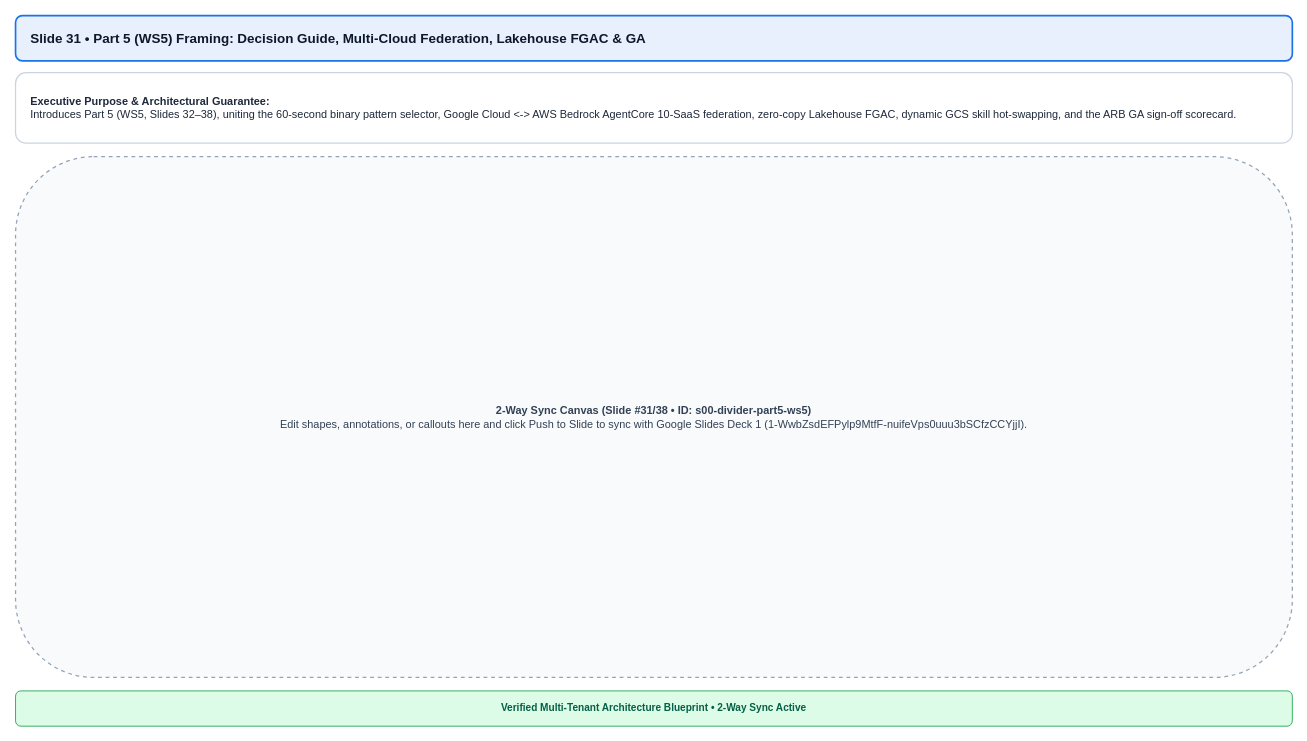
Before: diagrams/compendium/drawio/s00-divider-part5-ws5.drawio in nitinaggarwal-12/blogs, a draw.io diagram. Source tidied: cells renumbered, new cells numbered last; positions are measured from the earlier drawing's top-left corner, leaving out a move shared by most shapes. Both pictures are drawn from the tidied source at 84%, with x=0, y=0 at pixel (15, 15).
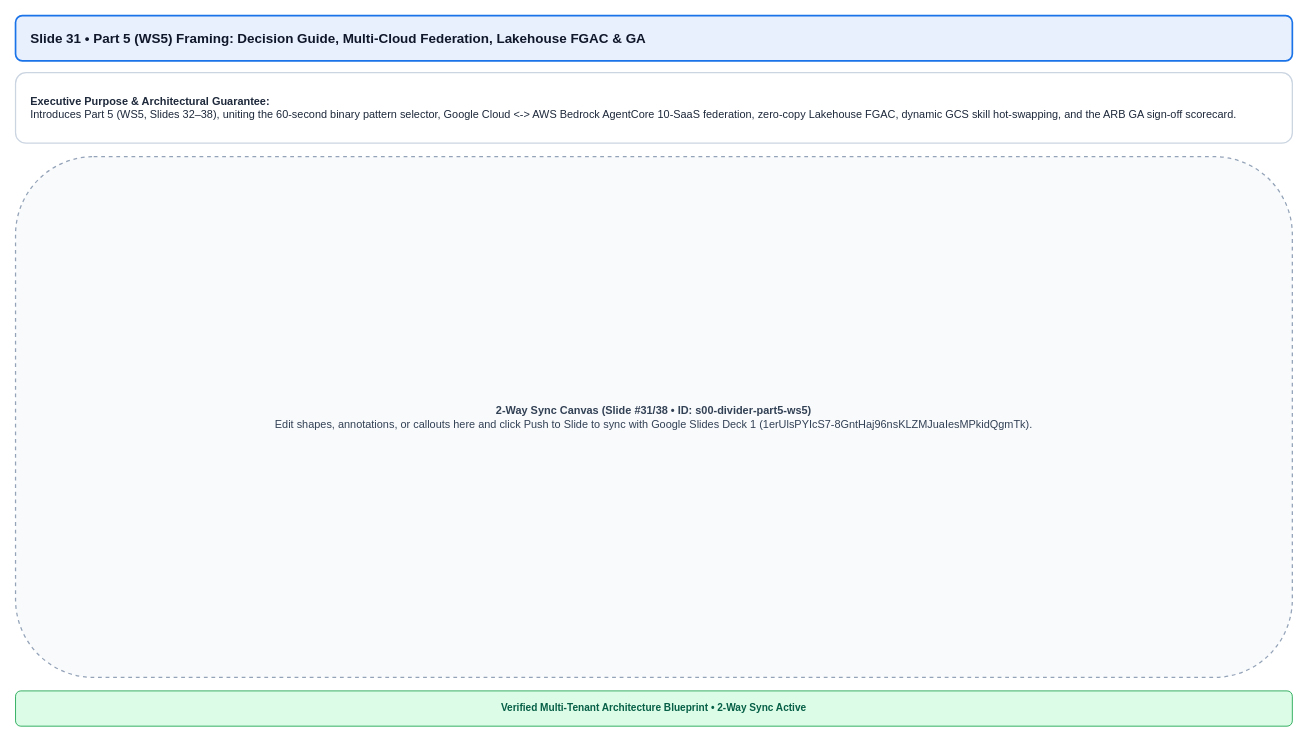
After the change.

Diff of the diagram source:
```diff
@@
 <mxGraphModel>
   <root>
     <mxCell id="0" />
     <mxCell id="1" parent="0" />
     <mxCell id="2" value="&lt;b&gt;Slide 31 • Part 5 (WS5) Framing: Decision Guide, Multi-Cloud Federation, Lakehouse FGAC &amp; GA&lt;/b&gt;" style="rounded=1;whiteSpace=wrap;html=1;fillColor=#e8f0fe;strokeColor=#1a73e8;fontColor=#0f172a;fontSize=16;align=left;spacingLeft=16;strokeWidth=2;" parent="1" vertex="1">
       <mxGeometry width="1520" height="54" as="geometry" />
     </mxCell>
     <mxCell id="3" value="&lt;b&gt;Executive Purpose &amp; Architectural Guarantee:&lt;/b&gt;&lt;br&gt;Introduces Part 5 (WS5, Slides 32–38), uniting the 60-second binary pattern selector, Google Cloud &lt;-&gt; AWS Bedrock AgentCore 10-SaaS federation, zero-copy Lakehouse FGAC, dynamic GCS skill hot-swapping, and the ARB GA sign-off scorecard." style="rounded=1;whiteSpace=wrap;html=1;fillColor=#ffffff;strokeColor=#cbd5e1;fontColor=#1e293b;fontSize=13;align=left;spacingLeft=16;spacingRight=16;strokeWidth=1.5;" parent="1" vertex="1">
       <mxGeometry y="68" width="1520" height="84" as="geometry" />
     </mxCell>
-    <mxCell id="4" value="&lt;b&gt;2-Way Sync Canvas (Slide #31/38 • ID: s00-divider-part5-ws5)&lt;/b&gt;&lt;br&gt;Edit shapes, annotations, or callouts here and click Push to Slide to sync with Google Slides Deck 1 (1-WwbZsdEFPylp9MtfF-nuifeVps0uuu3bSCfzCCYjjI)." style="rounded=1;whiteSpace=wrap;html=1;fillColor=#f8fafc;strokeColor=#94a3b8;dashed=1;fontColor=#334155;fontSize=13;align=center;verticalAlign=middle;strokeWidth=1.5;" parent="1" vertex="1">
+    <mxCell id="4" value="&lt;b&gt;2-Way Sync Canvas (Slide #31/38 • ID: s00-divider-part5-ws5)&lt;/b&gt;&lt;br&gt;Edit shapes, annotations, or callouts here and click Push to Slide to sync with Google Slides Deck 1 (1erUlsPYIcS7-8GntHaj96nsKLZMJuaIesMPkidQgmTk)." style="rounded=1;whiteSpace=wrap;html=1;fillColor=#f8fafc;strokeColor=#94a3b8;dashed=1;fontColor=#334155;fontSize=13;align=center;verticalAlign=middle;strokeWidth=1.5;" parent="1" vertex="1">
       <mxGeometry y="168" width="1520" height="620" as="geometry" />
     </mxCell>
     <mxCell id="5" value="Verified Multi-Tenant Architecture Blueprint • 2-Way Sync Active" style="rounded=1;whiteSpace=wrap;html=1;fillColor=#dcfce7;strokeColor=#16a34a;fontColor=#065f46;fontSize=12;fontStyle=1;align=center;" parent="1" vertex="1">
       <mxGeometry y="804" width="1520" height="42" as="geometry" />
     </mxCell>
   </root>
 </mxGraphModel>
```
